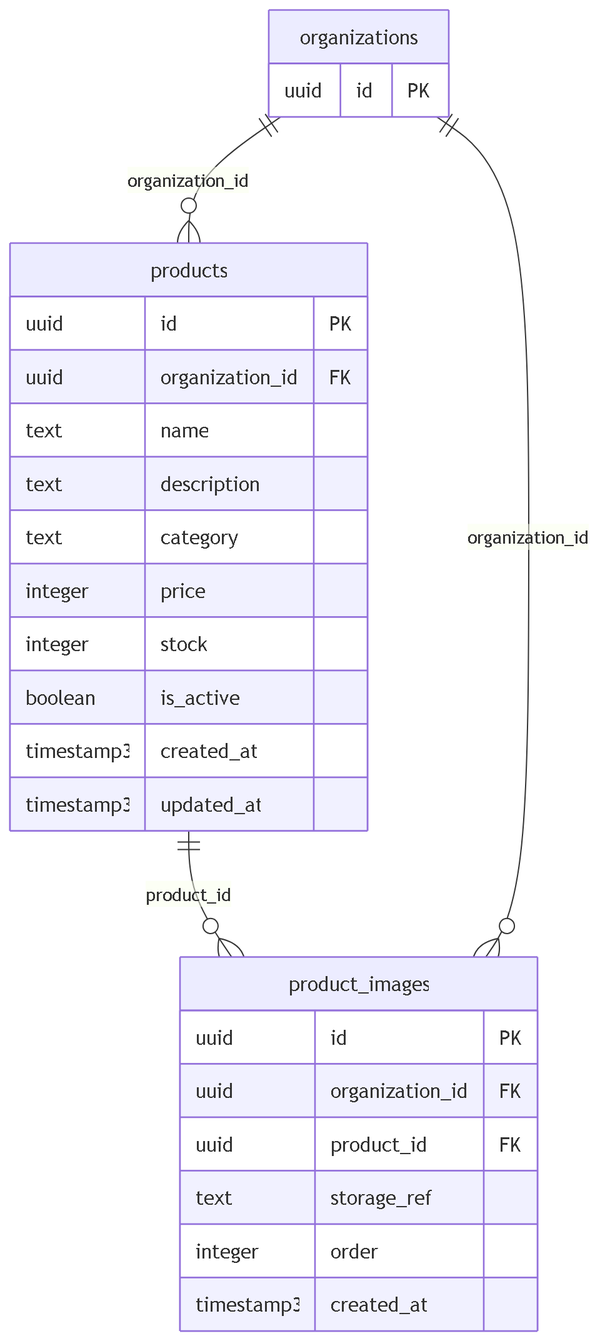
Before: docs/diccionario-datos/mer/mer-marketplace.png, a diagram exported from Mermaid (AGamez10/AdoptaFacil). Its source is kept beside it as docs/diccionario-datos/mer/mer-marketplace.mmd.
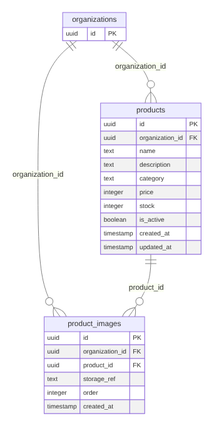
After the commit.

Diff of the diagram source:
```diff
@@ -1,4 +1,12 @@
 erDiagram
+  product_images {
+    uuid id PK
+    uuid organization_id FK
+    uuid product_id FK
+    text storage_ref
+    integer order
+    timestamp created_at
+  }
   products {
     uuid id PK
     uuid organization_id FK
@@ -8,20 +16,12 @@
     integer price
     integer stock
     boolean is_active
-    timestamp3 created_at
-    timestamp3 updated_at
-  }
-  product_images {
-    uuid id PK
-    uuid organization_id FK
-    uuid product_id FK
-    text storage_ref
-    integer order
-    timestamp3 created_at
+    timestamp created_at
+    timestamp updated_at
   }
   organizations {
     uuid id PK
   }
+  organizations ||--o{ product_images : "organization_id"
+  products ||--o{ product_images : "product_id"
   organizations ||--o{ products : "organization_id"
-  products ||--o{ product_images : "product_id"
-  organizations ||--o{ product_images : "organization_id"
```
